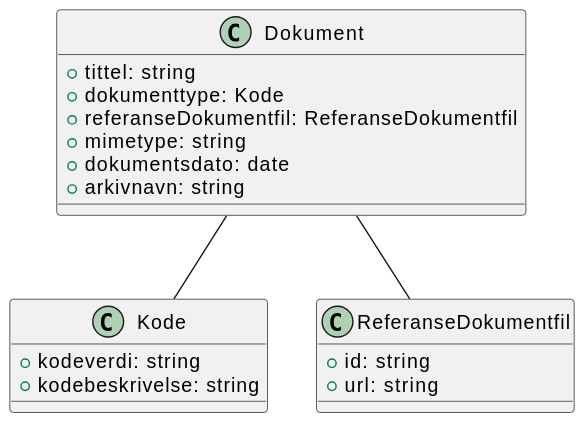
ks-no/fiks-plan-specification keeps this PlantUML diagram as Dokumentasjon/V2/SchemaModels/no.ks.fiks.plan.v2.felles.dokument/dokument.svg. Above is the earlier version. The source it was exported from:
```plantuml
@startuml
class Dokument {
    +tittel: string
    +dokumenttype: Kode
    +referanseDokumentfil: ReferanseDokumentfil
    +mimetype: string
    +dokumentsdato: date
    +arkivnavn: string
}

Dokument -- Kode
Dokument -- ReferanseDokumentfil

class Kode {
    +kodeverdi: string
    +kodebeskrivelse: string
}

class ReferanseDokumentfil {
    +id: string
    +url: string
}
@enduml
```
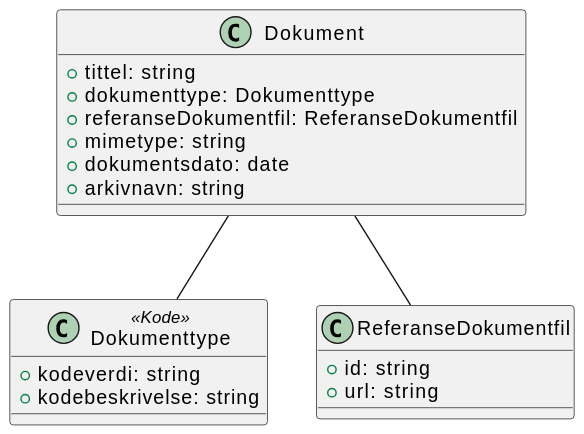
Above is the later version.

What changed in the source:
```diff
@@ -1,17 +1,17 @@
 @startuml
 class Dokument {
     +tittel: string
-    +dokumenttype: Kode
+    +dokumenttype: Dokumenttype
     +referanseDokumentfil: ReferanseDokumentfil
     +mimetype: string
     +dokumentsdato: date
     +arkivnavn: string
 }
 
-Dokument -- Kode
+Dokument -- Dokumenttype
 Dokument -- ReferanseDokumentfil
 
-class Kode {
+class Dokumenttype <<Kode>> {
     +kodeverdi: string
     +kodebeskrivelse: string
 }
```
